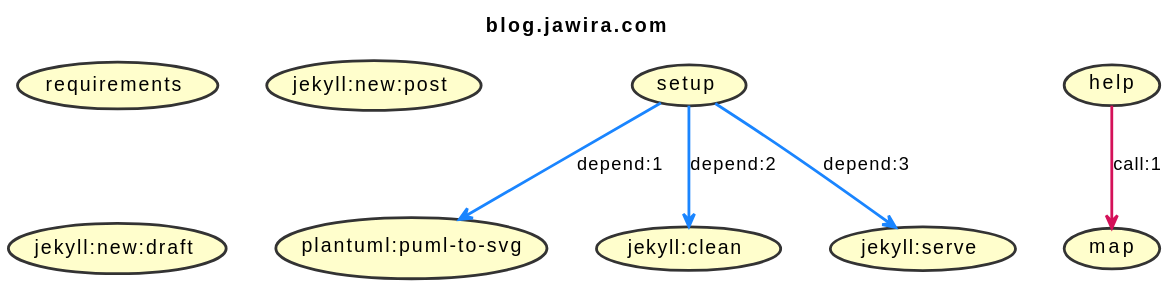
jawira/blog.jawira.com keeps this PlantUML diagram as build.svg. Above is the earlier version.
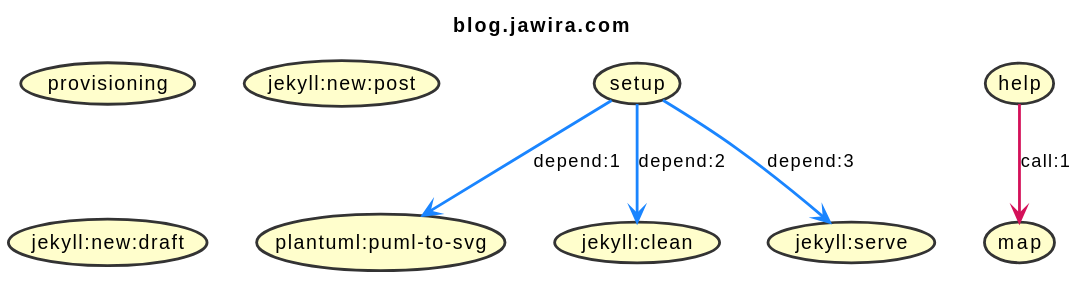
Above is the later version.

What changed in the source:
```diff
@@ -21,7 +21,7 @@
 (setup)
 (jekyll:clean)
 (jekyll:serve)
-(requirements)
+(provisioning)
 (help)
 (map)
 (jekyll:new:post)
```
